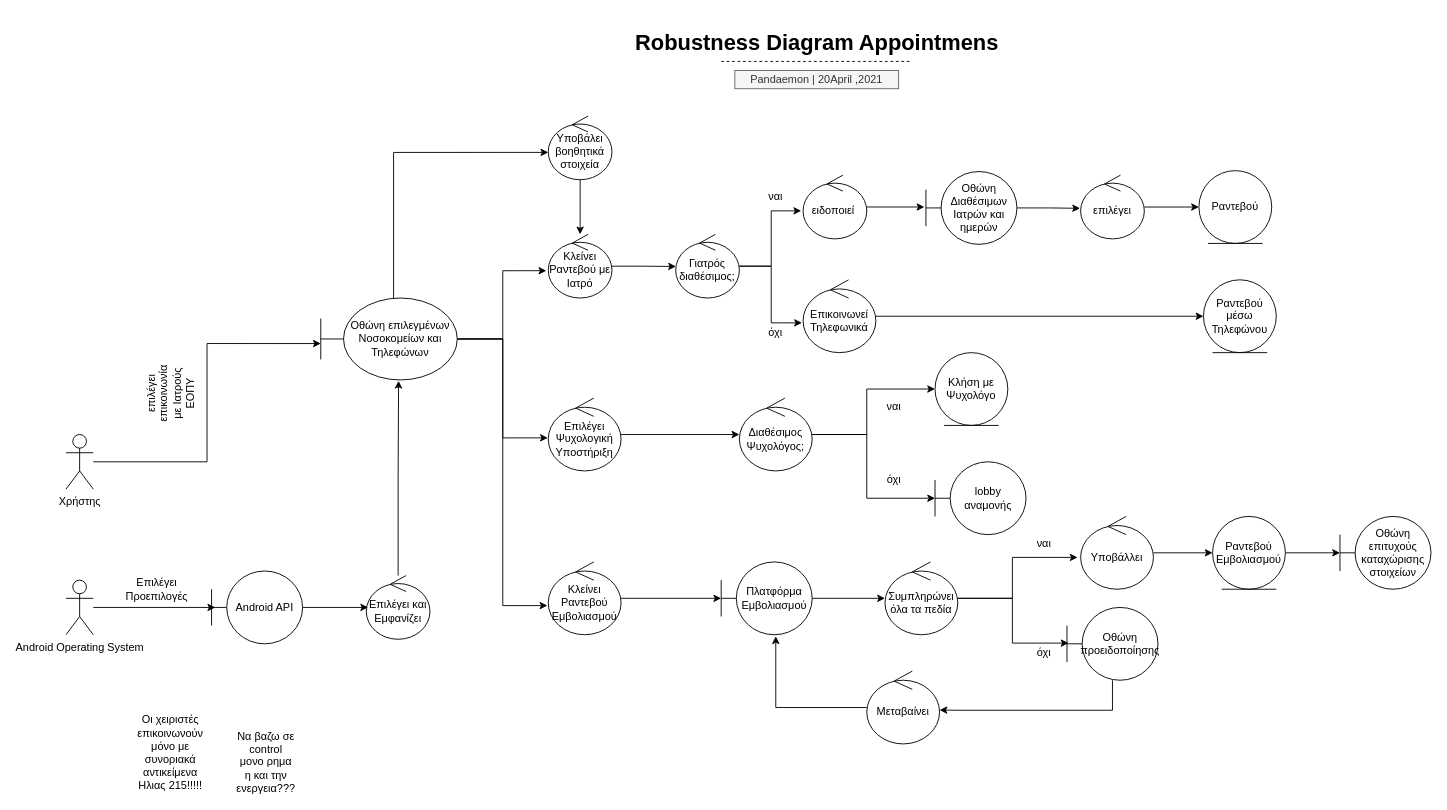
Above: Documents/DrawioResources/3rd cycle/RobustnessAppointments.drawio in Mario-Sama/SoftEngProject2021 (draw.io), before the change. Source tidied: cells renumbered, new cells numbered last; positions are measured from the earlier drawing's top-left corner, leaving out a move shared by most shapes. Both pictures are drawn from the tidied source at 91%, with x=0, y=0 at pixel (66, 25).
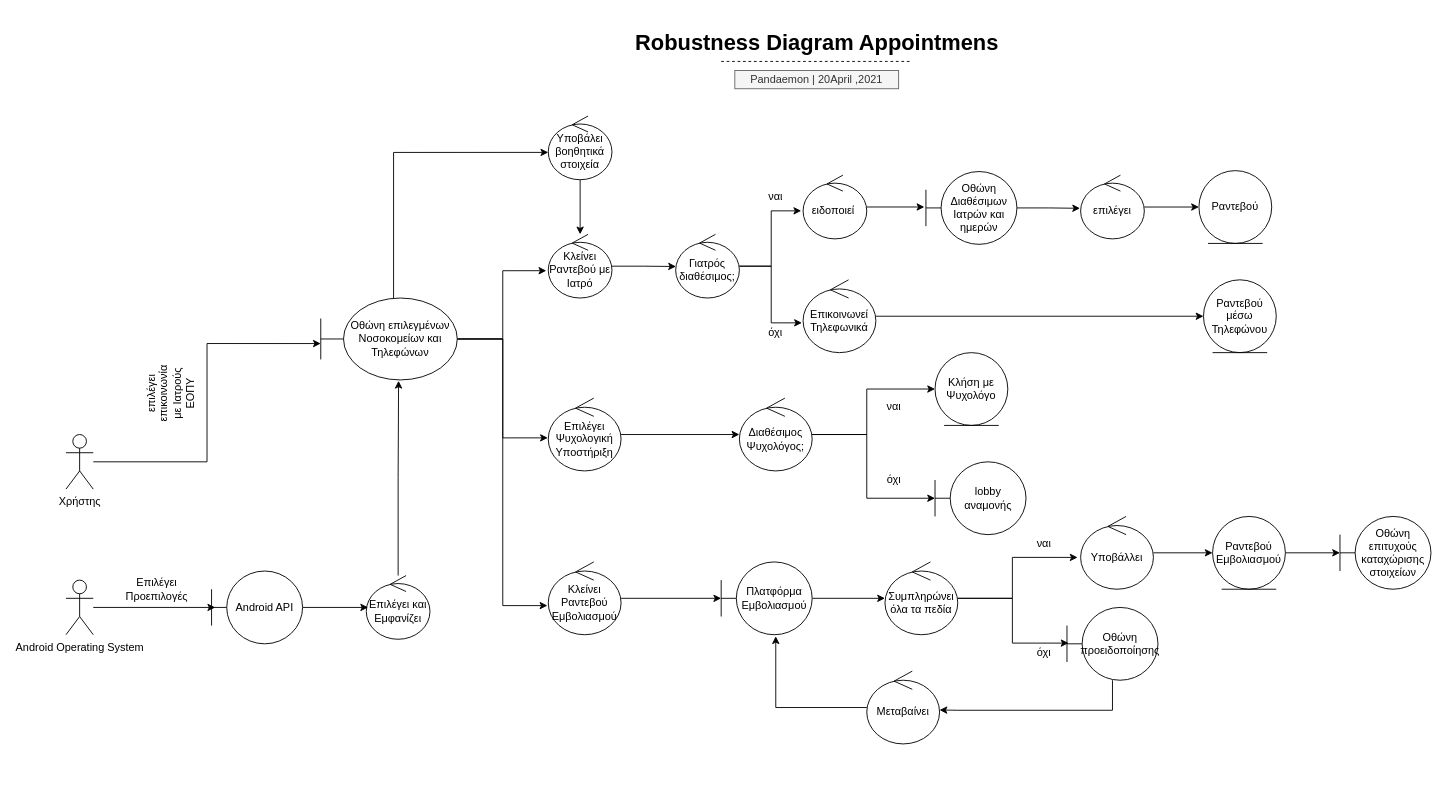
After the change.

Commit message (it also covers changes not shown here):
Minor fix plus new exported pic for Appointments Robustness

Change to the diagram source:
```diff
@@
-    <mxCell id="20" value=" Οι χειριστές επικοινωνούν μόνο με συνοριακά αντικείμενα Ηλιας 215!!!!!&lt;br&gt;" style="text;html=1;strokeColor=none;fillColor=none;align=center;verticalAlign=middle;whiteSpace=wrap;rounded=0;" parent="1" vertex="1">
-      <mxGeometry x="95" y="790" width="40" height="20" as="geometry" />
-    </mxCell>
-    <mxCell id="21" style="edgeStyle=orthogonalEdgeStyle;rounded=0;orthogonalLoop=1;jettySize=auto;html=1;exitX=0.5;exitY=1;exitDx=0;exitDy=0;" parent="1" edge="1" source="20" target="20">
-      <mxGeometry relative="1" as="geometry" />
+    <mxCell id="21" style="edgeStyle=orthogonalEdgeStyle;rounded=0;orthogonalLoop=1;jettySize=auto;html=1;exitX=0.5;exitY=1;exitDx=0;exitDy=0;" parent="1" edge="1">
+      <mxGeometry relative="1" as="geometry">
+        <mxPoint x="115" y="810" as="sourcePoint" />
+        <mxPoint x="115" y="810" as="targetPoint" />
+      </mxGeometry>
     </mxCell>
@@
-    <mxCell id="40" value=" Να βαζω σε control μονο ρημα η και την ενεργεια???&lt;br&gt;" style="text;html=1;strokeColor=none;fillColor=none;align=center;verticalAlign=middle;whiteSpace=wrap;rounded=0;" parent="1" vertex="1">
-      <mxGeometry x="200" y="790" width="40" height="40" as="geometry" />
-    </mxCell>
```
